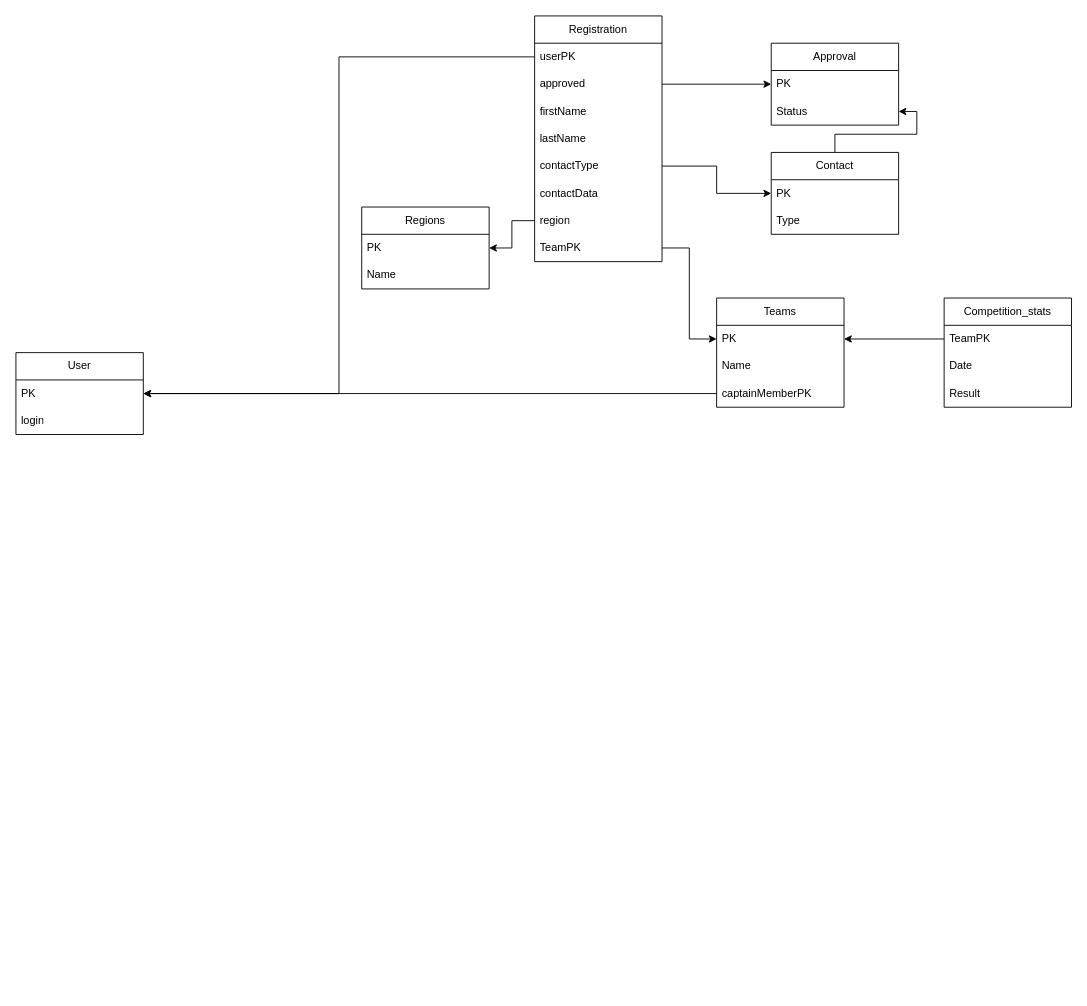
Earlier version of the draw.io diagram database.drawio (pushsla/KTK_hackaton_front.2023). Source tidied: cells renumbered, new cells numbered last; positions are measured from the earlier drawing's top-left corner, leaving out a move shared by most shapes. Both pictures are drawn from the tidied source at 91%, with x=0, y=0 at pixel (15, 15).
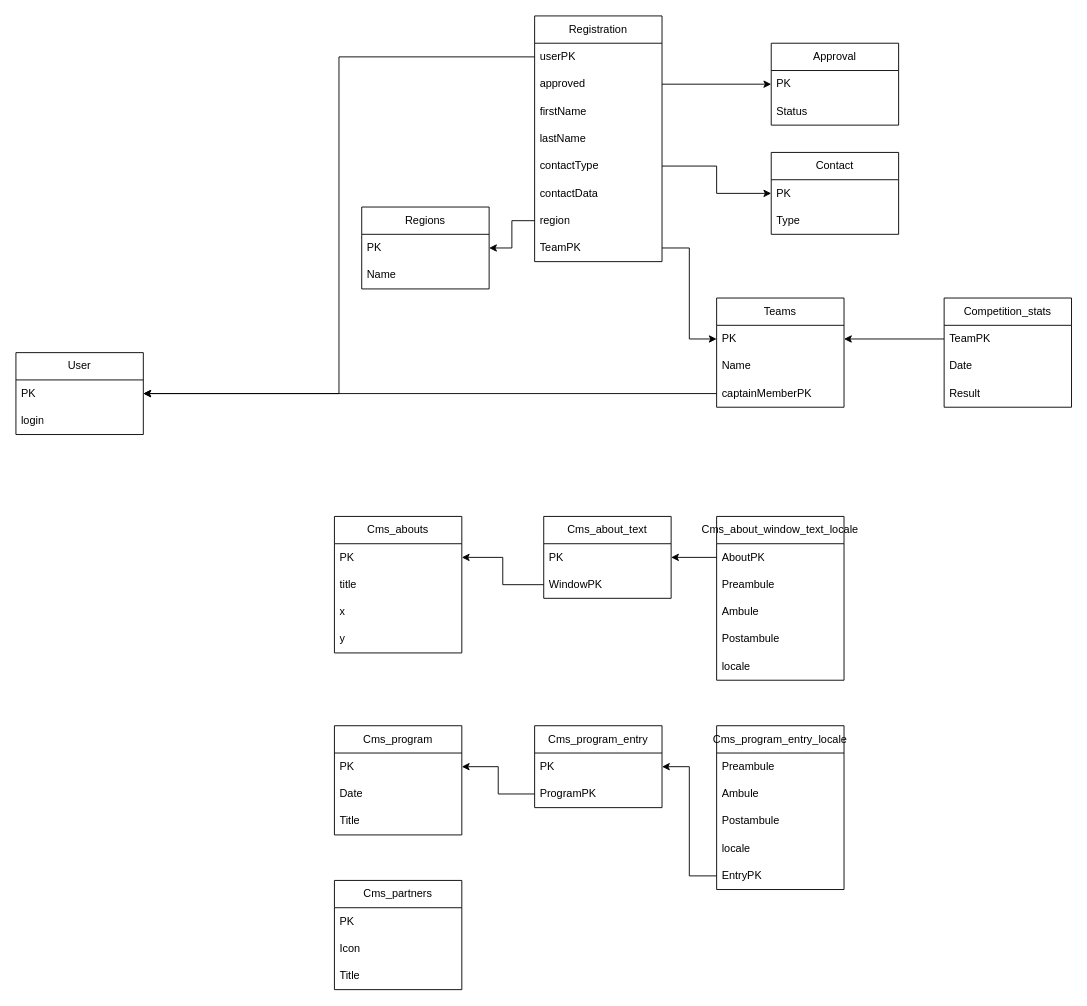
The same page after the edit.

Unchanged cells that the change refers to:
```xml
<mxCell id="30" value="Status" style="text;strokeColor=none;fillColor=none;align=left;verticalAlign=middle;spacingLeft=4;spacingRight=4;overflow=hidden;points=[[0,0.5],[1,0.5]];portConstraint=eastwest;whiteSpace=wrap;html=1;" parent="28" vertex="1">
  <mxGeometry y="60" width="140" height="30" as="geometry" />
</mxCell>
<mxCell id="33" value="Contact" style="swimlane;fontStyle=0;horizontal=1;startSize=30;whiteSpace=wrap;html=1;" parent="1" vertex="1">
  <mxGeometry x="830" y="150" width="140" height="90" as="geometry" />
</mxCell>
```

Change to the diagram source:
```diff
@@
-    <mxCell id="32" style="edgeStyle=orthogonalEdgeStyle;rounded=0;jettySize=auto;html=1;" parent="1" edge="1" source="33" target="30">
-      <mxGeometry relative="1" as="geometry" />
-    </mxCell>
@@
+    <mxCell id="39" value="Cms_about_text" style="swimlane;fontStyle=0;horizontal=1;startSize=30;whiteSpace=wrap;html=1;" parent="1" vertex="1">
+      <mxGeometry x="580" y="550" width="140" height="90" as="geometry" />
+    </mxCell>
+    <mxCell id="40" value="PK" style="text;strokeColor=none;fillColor=none;align=left;verticalAlign=middle;spacingLeft=4;spacingRight=4;overflow=hidden;points=[[0,0.5],[1,0.5]];portConstraint=eastwest;whiteSpace=wrap;html=1;" parent="39" vertex="1">
+      <mxGeometry y="30" width="140" height="30" as="geometry" />
+    </mxCell>
+    <mxCell id="41" value="WindowPK" style="text;strokeColor=none;fillColor=none;align=left;verticalAlign=middle;spacingLeft=4;spacingRight=4;overflow=hidden;points=[[0,0.5],[1,0.5]];portConstraint=eastwest;whiteSpace=wrap;html=1;" parent="39" vertex="1">
+      <mxGeometry y="60" width="140" height="30" as="geometry" />
+    </mxCell>
+    <mxCell id="42" value="Cms_abouts" style="swimlane;fontStyle=0;horizontal=1;startSize=30;whiteSpace=wrap;html=1;" parent="1" vertex="1">
+      <mxGeometry x="350" y="550" width="140" height="150" as="geometry" />
+    </mxCell>
+    <mxCell id="43" value="PK" style="text;strokeColor=none;fillColor=none;align=left;verticalAlign=middle;spacingLeft=4;spacingRight=4;overflow=hidden;points=[[0,0.5],[1,0.5]];portConstraint=eastwest;whiteSpace=wrap;html=1;" parent="42" vertex="1">
+      <mxGeometry y="30" width="140" height="30" as="geometry" />
+    </mxCell>
+    <mxCell id="44" value="title" style="text;strokeColor=none;fillColor=none;align=left;verticalAlign=middle;spacingLeft=4;spacingRight=4;overflow=hidden;whiteSpace=wrap;html=1;" parent="42" vertex="1">
+      <mxGeometry y="60" width="140" height="30" as="geometry" />
+    </mxCell>
+    <mxCell id="45" value="x" style="text;strokeColor=none;fillColor=none;align=left;verticalAlign=middle;spacingLeft=4;spacingRight=4;overflow=hidden;whiteSpace=wrap;html=1;" parent="42" vertex="1">
+      <mxGeometry y="90" width="140" height="30" as="geometry" />
+    </mxCell>
+    <mxCell id="46" value="y" style="text;strokeColor=none;fillColor=none;align=left;verticalAlign=middle;spacingLeft=4;spacingRight=4;overflow=hidden;whiteSpace=wrap;html=1;" parent="42" vertex="1">
+      <mxGeometry y="120" width="140" height="30" as="geometry" />
+    </mxCell>
+    <mxCell id="47" value="Cms_program" style="swimlane;fontStyle=0;horizontal=1;startSize=30;whiteSpace=wrap;html=1;" parent="1" vertex="1">
+      <mxGeometry x="350" y="780" width="140" height="120" as="geometry" />
+    </mxCell>
+    <mxCell id="48" value="PK" style="text;strokeColor=none;fillColor=none;align=left;verticalAlign=middle;spacingLeft=4;spacingRight=4;overflow=hidden;points=[[0,0.5],[1,0.5]];portConstraint=eastwest;whiteSpace=wrap;html=1;" parent="47" vertex="1">
+      <mxGeometry y="30" width="140" height="30" as="geometry" />
+    </mxCell>
+    <mxCell id="49" value="Date" style="text;strokeColor=none;fillColor=none;align=left;verticalAlign=middle;spacingLeft=4;spacingRight=4;overflow=hidden;whiteSpace=wrap;html=1;" parent="47" vertex="1">
+      <mxGeometry y="60" width="140" height="30" as="geometry" />
+    </mxCell>
+    <mxCell id="50" value="Title" style="text;strokeColor=none;fillColor=none;align=left;verticalAlign=middle;spacingLeft=4;spacingRight=4;overflow=hidden;whiteSpace=wrap;html=1;" parent="47" vertex="1">
+      <mxGeometry y="90" width="140" height="30" as="geometry" />
+    </mxCell>
+    <mxCell id="51" value="Cms_program_entry_locale" style="swimlane;fontStyle=0;horizontal=1;startSize=30;whiteSpace=wrap;html=1;" parent="1" vertex="1">
+      <mxGeometry x="770" y="780" width="140" height="180" as="geometry" />
+    </mxCell>
+    <mxCell id="52" value="Preambule" style="text;strokeColor=none;fillColor=none;align=left;verticalAlign=middle;spacingLeft=4;spacingRight=4;overflow=hidden;whiteSpace=wrap;html=1;" parent="51" vertex="1">
+      <mxGeometry y="30" width="140" height="30" as="geometry" />
+    </mxCell>
+    <mxCell id="53" value="Ambule" style="text;strokeColor=none;fillColor=none;align=left;verticalAlign=middle;spacingLeft=4;spacingRight=4;overflow=hidden;whiteSpace=wrap;html=1;" parent="51" vertex="1">
+      <mxGeometry y="60" width="140" height="30" as="geometry" />
+    </mxCell>
+    <mxCell id="54" value="Postambule" style="text;strokeColor=none;fillColor=none;align=left;verticalAlign=middle;spacingLeft=4;spacingRight=4;overflow=hidden;whiteSpace=wrap;html=1;" parent="51" vertex="1">
+      <mxGeometry y="90" width="140" height="30" as="geometry" />
+    </mxCell>
+    <mxCell id="55" value="locale" style="text;strokeColor=none;fillColor=none;align=left;verticalAlign=middle;spacingLeft=4;spacingRight=4;overflow=hidden;whiteSpace=wrap;html=1;" parent="51" vertex="1">
+      <mxGeometry y="120" width="140" height="30" as="geometry" />
+    </mxCell>
+    <mxCell id="56" value="EntryPK" style="text;strokeColor=none;fillColor=none;align=left;verticalAlign=middle;spacingLeft=4;spacingRight=4;overflow=hidden;points=[[0,0.5],[1,0.5]];portConstraint=eastwest;whiteSpace=wrap;html=1;" parent="51" vertex="1">
+      <mxGeometry y="150" width="140" height="30" as="geometry" />
+    </mxCell>
+    <mxCell id="57" style="edgeStyle=orthogonalEdgeStyle;rounded=0;jettySize=auto;html=1;entryX=1;entryY=0.5;entryDx=0;entryDy=0;" parent="1" edge="1" source="41" target="43">
+      <mxGeometry relative="1" as="geometry" />
+    </mxCell>
+    <mxCell id="58" value="Cms_about_window_text_locale" style="swimlane;fontStyle=0;horizontal=1;startSize=30;whiteSpace=wrap;html=1;" parent="1" vertex="1">
+      <mxGeometry x="770" y="550" width="140" height="180" as="geometry" />
+    </mxCell>
+    <mxCell id="59" value="AboutPK" style="text;strokeColor=none;fillColor=none;align=left;verticalAlign=middle;spacingLeft=4;spacingRight=4;overflow=hidden;points=[[0,0.5],[1,0.5]];portConstraint=eastwest;whiteSpace=wrap;html=1;" parent="58" vertex="1">
+      <mxGeometry y="30" width="140" height="30" as="geometry" />
+    </mxCell>
+    <mxCell id="60" value="Preambule" style="text;strokeColor=none;fillColor=none;align=left;verticalAlign=middle;spacingLeft=4;spacingRight=4;overflow=hidden;whiteSpace=wrap;html=1;" parent="58" vertex="1">
+      <mxGeometry y="60" width="140" height="30" as="geometry" />
+    </mxCell>
+    <mxCell id="61" value="Ambule" style="text;strokeColor=none;fillColor=none;align=left;verticalAlign=middle;spacingLeft=4;spacingRight=4;overflow=hidden;whiteSpace=wrap;html=1;" parent="58" vertex="1">
+      <mxGeometry y="90" width="140" height="30" as="geometry" />
+    </mxCell>
+    <mxCell id="62" value="Postambule" style="text;strokeColor=none;fillColor=none;align=left;verticalAlign=middle;spacingLeft=4;spacingRight=4;overflow=hidden;whiteSpace=wrap;html=1;" parent="58" vertex="1">
+      <mxGeometry y="120" width="140" height="30" as="geometry" />
+    </mxCell>
+    <mxCell id="63" value="locale" style="text;strokeColor=none;fillColor=none;align=left;verticalAlign=middle;spacingLeft=4;spacingRight=4;overflow=hidden;whiteSpace=wrap;html=1;" parent="58" vertex="1">
+      <mxGeometry y="150" width="140" height="30" as="geometry" />
+    </mxCell>
+    <mxCell id="64" style="edgeStyle=orthogonalEdgeStyle;rounded=0;jettySize=auto;html=1;entryX=1;entryY=0.5;entryDx=0;entryDy=0;" parent="1" edge="1" source="59" target="40">
+      <mxGeometry relative="1" as="geometry" />
+    </mxCell>
+    <mxCell id="65" value="Cms_program_entry" style="swimlane;fontStyle=0;horizontal=1;startSize=30;whiteSpace=wrap;html=1;" parent="1" vertex="1">
+      <mxGeometry x="570" y="780" width="140" height="90" as="geometry" />
+    </mxCell>
+    <mxCell id="66" value="PK" style="text;strokeColor=none;fillColor=none;align=left;verticalAlign=middle;spacingLeft=4;spacingRight=4;overflow=hidden;points=[[0,0.5],[1,0.5]];portConstraint=eastwest;whiteSpace=wrap;html=1;" parent="65" vertex="1">
+      <mxGeometry y="30" width="140" height="30" as="geometry" />
+    </mxCell>
+    <mxCell id="67" value="ProgramPK" style="text;strokeColor=none;fillColor=none;align=left;verticalAlign=middle;spacingLeft=4;spacingRight=4;overflow=hidden;points=[[0,0.5],[1,0.5]];portConstraint=eastwest;whiteSpace=wrap;html=1;" parent="65" vertex="1">
+      <mxGeometry y="60" width="140" height="30" as="geometry" />
+    </mxCell>
+    <mxCell id="68" style="edgeStyle=orthogonalEdgeStyle;rounded=0;jettySize=auto;html=1;entryX=1;entryY=0.5;entryDx=0;entryDy=0;" parent="1" edge="1" source="56" target="66">
+      <mxGeometry relative="1" as="geometry" />
+    </mxCell>
+    <mxCell id="69" style="edgeStyle=orthogonalEdgeStyle;rounded=0;jettySize=auto;html=1;" parent="1" edge="1" source="67" target="48">
+      <mxGeometry relative="1" as="geometry" />
+    </mxCell>
+    <mxCell id="70" value="Cms_partners" style="swimlane;fontStyle=0;horizontal=1;startSize=30;whiteSpace=wrap;html=1;" parent="1" vertex="1">
+      <mxGeometry x="350" y="950" width="140" height="120" as="geometry" />
+    </mxCell>
+    <mxCell id="71" value="PK" style="text;strokeColor=none;fillColor=none;align=left;verticalAlign=middle;spacingLeft=4;spacingRight=4;overflow=hidden;whiteSpace=wrap;html=1;" parent="70" vertex="1">
+      <mxGeometry y="30" width="140" height="30" as="geometry" />
+    </mxCell>
+    <mxCell id="72" value="Icon" style="text;strokeColor=none;fillColor=none;align=left;verticalAlign=middle;spacingLeft=4;spacingRight=4;overflow=hidden;whiteSpace=wrap;html=1;" parent="70" vertex="1">
+      <mxGeometry y="60" width="140" height="30" as="geometry" />
+    </mxCell>
+    <mxCell id="73" value="Title" style="text;strokeColor=none;fillColor=none;align=left;verticalAlign=middle;spacingLeft=4;spacingRight=4;overflow=hidden;whiteSpace=wrap;html=1;" parent="70" vertex="1">
+      <mxGeometry y="90" width="140" height="30" as="geometry" />
+    </mxCell>
```
